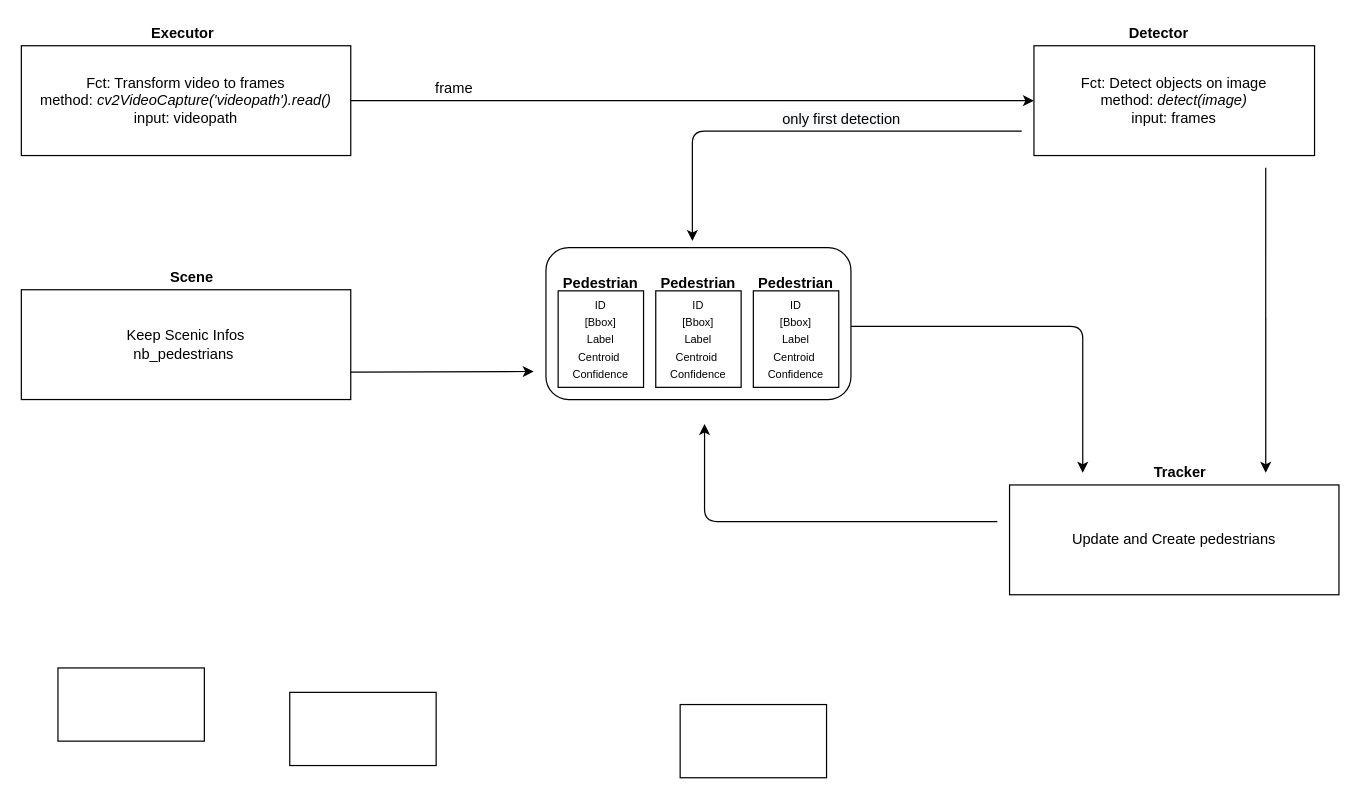
IsmaelMekene/meteor-realtime-object-tracking keeps this draw.io diagram as Untitled Diagram.drawio. Above is the earlier version. Source tidied: cells renumbered, new cells numbered last; positions are measured from the earlier drawing's top-left corner, leaving out a move shared by most shapes. Both pictures are drawn from the tidied source at 122%, with x=0, y=0 at pixel (21, 21).
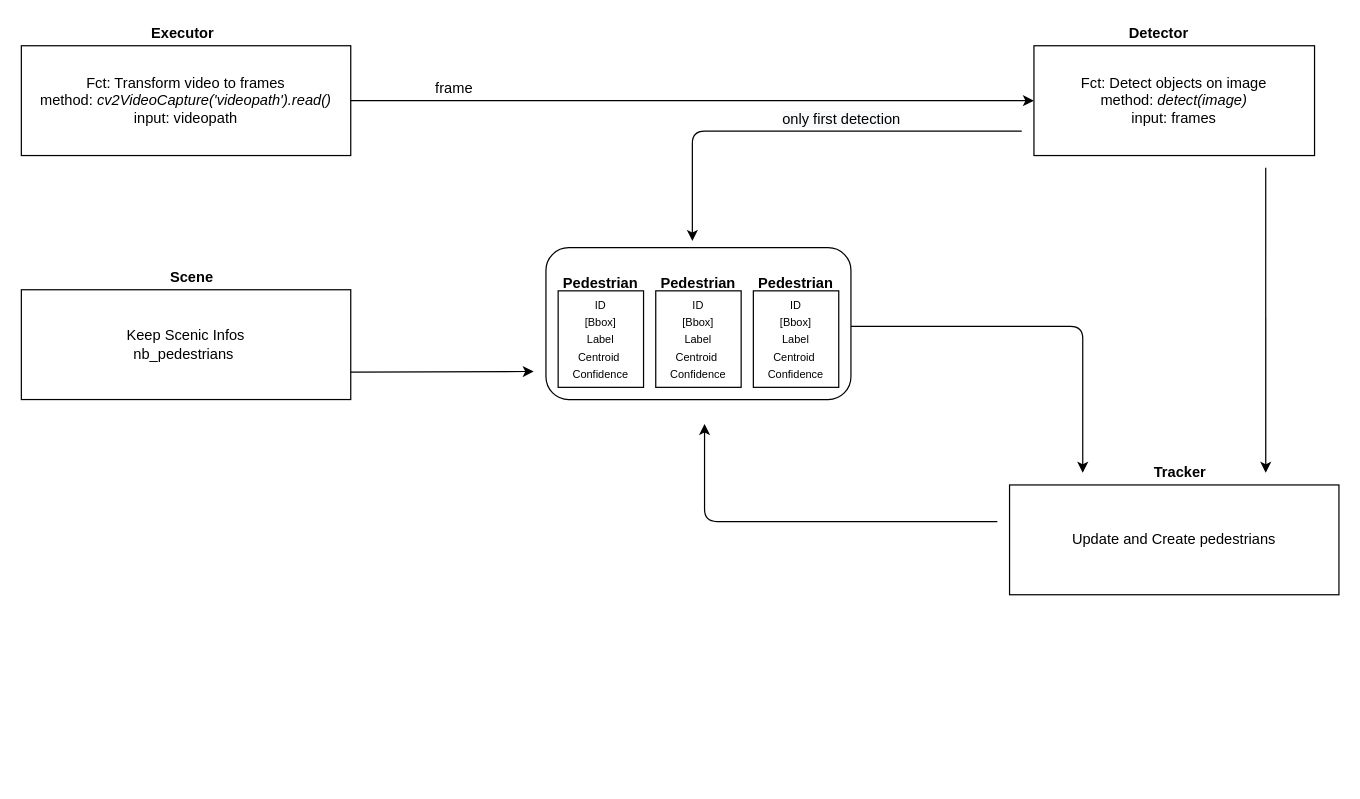
The same diagram, later.

Diff of the diagram source:
```diff
@@
-    <mxCell id="2" style="rounded=0;whiteSpace=wrap;html=1;" parent="1" vertex="1">
-      <mxGeometry x="30" y="530" width="120" height="60" as="geometry" />
-    </mxCell>
-    <mxCell id="3" style="rounded=0;whiteSpace=wrap;html=1;" parent="1" vertex="1">
-      <mxGeometry x="540" y="560" width="120" height="60" as="geometry" />
-    </mxCell>
-    <mxCell id="4" style="rounded=0;whiteSpace=wrap;html=1;" parent="1" vertex="1">
-      <mxGeometry x="220" y="550" width="120" height="60" as="geometry" />
-    </mxCell>
```
